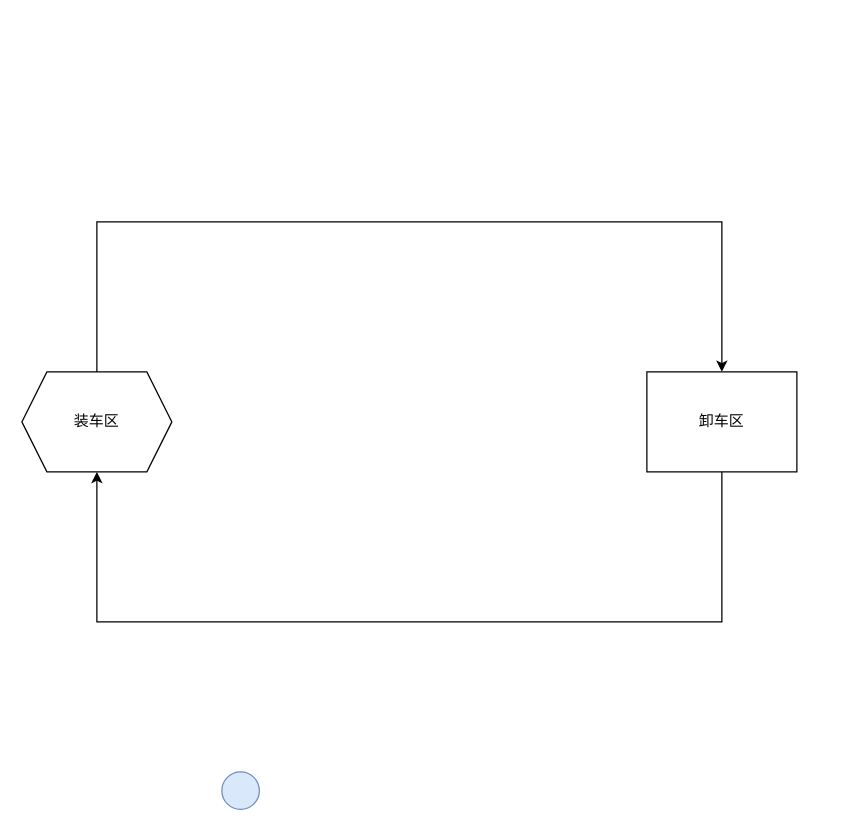
The draw.io diagram 未命名绘图.drawio in herojAsName/image-warehouse, before the edit. Source tidied: cells renumbered, new cells numbered last; positions are measured from the earlier drawing's top-left corner, leaving out a move shared by most shapes. Both pictures are drawn from the tidied source at 125%, with x=0, y=0 at pixel (21, 221).
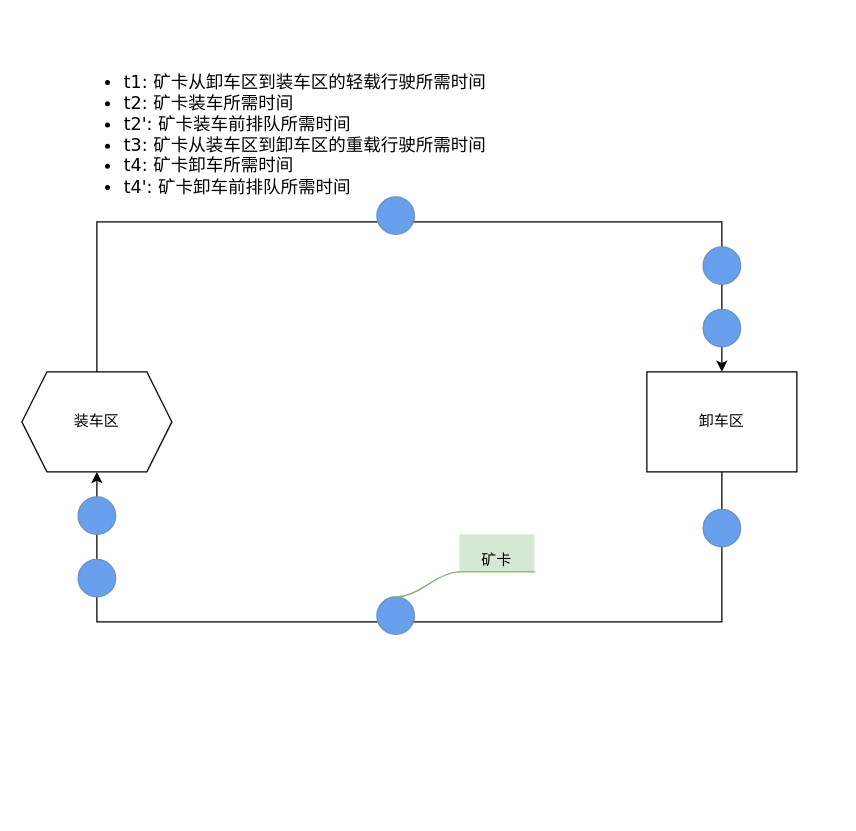
The same page after the edit.

Commit message:
调度算法测试场景分析

Change to the diagram source:
```diff
@@
 <mxGraphModel>
   <root>
     <mxCell id="0" />
     <mxCell id="1" parent="0" />
-    <mxCell id="2" style="ellipse;whiteSpace=wrap;html=1;fillColor=#dae8fc;strokeColor=#6c8ebf;" parent="1" vertex="1">
-      <mxGeometry x="160" y="440" width="30" height="30" as="geometry" />
-    </mxCell>
     <mxCell id="3" style="edgeStyle=orthogonalEdgeStyle;rounded=0;jettySize=auto;html=1;exitX=0.5;exitY=0;exitDx=0;exitDy=0;entryX=0.5;entryY=0;entryDx=0;entryDy=0;" parent="1" edge="1" source="4" target="6">
       <mxGeometry relative="1" as="geometry">
         <Array as="points">
           <mxPoint x="60" />
           <mxPoint x="560" />
         </Array>
       </mxGeometry>
     </mxCell>
     <mxCell id="4" value="装车区" style="shape=hexagon;perimeter=hexagonPerimeter2;whiteSpace=wrap;html=1;fixedSize=1;" parent="1" vertex="1">
       <mxGeometry y="120" width="120" height="80" as="geometry" />
     </mxCell>
     <mxCell id="5" style="edgeStyle=orthogonalEdgeStyle;rounded=0;jettySize=auto;html=1;exitX=0.5;exitY=1;exitDx=0;exitDy=0;entryX=0.5;entryY=1;entryDx=0;entryDy=0;" parent="1" edge="1" source="6" target="4">
       <mxGeometry relative="1" as="geometry">
         <Array as="points">
           <mxPoint x="560" y="320" />
           <mxPoint x="60" y="320" />
         </Array>
       </mxGeometry>
     </mxCell>
     <mxCell id="6" value="卸车区" style="rounded=0;whiteSpace=wrap;html=1;" parent="1" vertex="1">
       <mxGeometry x="500" y="120" width="120" height="80" as="geometry" />
     </mxCell>
+    <mxCell id="7" style="ellipse;whiteSpace=wrap;html=1;fillColor=#68a0ee;strokeColor=#6c8ebf;fillStyle=auto;" parent="1" vertex="1">
+      <mxGeometry x="45" y="220" width="30" height="30" as="geometry" />
+    </mxCell>
+    <mxCell id="8" style="ellipse;whiteSpace=wrap;html=1;fillColor=#68a0ee;strokeColor=#6c8ebf;fillStyle=auto;" parent="1" vertex="1">
+      <mxGeometry x="45" y="270" width="30" height="30" as="geometry" />
+    </mxCell>
+    <mxCell id="9" style="ellipse;whiteSpace=wrap;html=1;fillColor=#68a0ee;strokeColor=#6c8ebf;fillStyle=auto;" parent="1" vertex="1">
+      <mxGeometry x="284" y="300" width="30" height="30" as="geometry" />
+    </mxCell>
+    <mxCell id="10" style="ellipse;whiteSpace=wrap;html=1;fillColor=#68a0ee;strokeColor=#6c8ebf;fillStyle=auto;" parent="1" vertex="1">
+      <mxGeometry x="545" y="230" width="30" height="30" as="geometry" />
+    </mxCell>
+    <mxCell id="11" style="ellipse;whiteSpace=wrap;html=1;fillColor=#68a0ee;strokeColor=#6c8ebf;fillStyle=auto;" parent="1" vertex="1">
+      <mxGeometry x="284" y="-20" width="30" height="30" as="geometry" />
+    </mxCell>
+    <mxCell id="12" style="ellipse;whiteSpace=wrap;html=1;fillColor=#68a0ee;strokeColor=#6c8ebf;fillStyle=auto;" parent="1" vertex="1">
+      <mxGeometry x="545" y="70" width="30" height="30" as="geometry" />
+    </mxCell>
+    <mxCell id="13" style="ellipse;whiteSpace=wrap;html=1;fillColor=#68a0ee;strokeColor=#6c8ebf;fillStyle=auto;" parent="1" vertex="1">
+      <mxGeometry x="545" y="20" width="30" height="30" as="geometry" />
+    </mxCell>
+    <mxCell id="14" value="矿卡" style="whiteSpace=wrap;html=1;shape=partialRectangle;top=0;left=0;bottom=1;right=0;points=[[0,1],[1,1]];fillColor=#d5e8d4;align=center;verticalAlign=bottom;routingCenterY=0.5;snapToPoint=1;newEdgeStyle={&quot;edgeStyle&quot;:&quot;entityRelationEdgeStyle&quot;,&quot;startArrow&quot;:&quot;none&quot;,&quot;endArrow&quot;:&quot;none&quot;,&quot;segment&quot;:10,&quot;curved&quot;:1,&quot;sourcePerimeterSpacing&quot;:0,&quot;targetPerimeterSpacing&quot;:0};strokeColor=#82b366;" parent="1" vertex="1">
+      <mxGeometry x="350" y="250" width="60" height="30" as="geometry" />
+    </mxCell>
+    <mxCell id="15" style="edgeStyle=entityRelationEdgeStyle;startArrow=none;endArrow=none;segment=10;curved=1;sourcePerimeterSpacing=0;targetPerimeterSpacing=0;rounded=0;fillColor=#d5e8d4;strokeColor=#82b366;" parent="1" edge="1" target="14">
+      <mxGeometry relative="1" as="geometry">
+        <mxPoint x="300" y="300" as="sourcePoint" />
+      </mxGeometry>
+    </mxCell>
+    <mxCell id="16" value="&lt;ul style=&quot;font-size: 14px;&quot;&gt;&lt;li style=&quot;font-size: 14px;&quot;&gt;t1: 矿卡从卸车区到装车区的轻载行驶所需时间&lt;/li&gt;&lt;li style=&quot;font-size: 14px;&quot;&gt;t2: 矿卡装车所需时间&lt;/li&gt;&lt;li style=&quot;font-size: 14px;&quot;&gt;t2': 矿卡装车前排队所需时间&lt;/li&gt;&lt;li style=&quot;font-size: 14px;&quot;&gt;t3: 矿卡从装车区到卸车区的重载行驶所需时间&lt;/li&gt;&lt;li style=&quot;font-size: 14px;&quot;&gt;t4: 矿卡卸车所需时间&lt;/li&gt;&lt;li style=&quot;font-size: 14px;&quot;&gt;t4': 矿卡卸车前排队所需时间&lt;/li&gt;&lt;/ul&gt;" style="text;strokeColor=none;fillColor=none;html=1;whiteSpace=wrap;verticalAlign=middle;overflow=hidden;fontFamily=Verdana;fontSize=14;" parent="1" vertex="1">
+      <mxGeometry x="40" y="-160" width="610" height="180" as="geometry" />
+    </mxCell>
   </root>
 </mxGraphModel>
```
